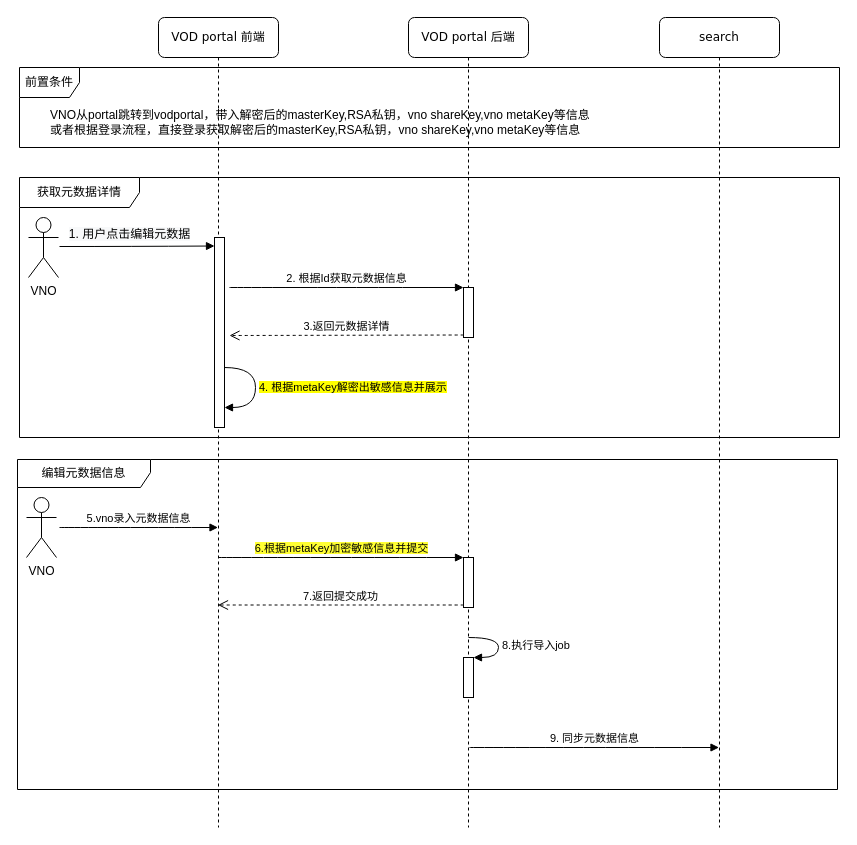
beixiaohai/zerotrust keeps this draw.io diagram as page "1.vod-web编辑" (2 of 5) of 未命名绘图.drawio. Above is the earlier version. Source tidied: cells renumbered, new cells numbered last; positions are measured from the earlier drawing's top-left corner, leaving out a move shared by most shapes. Both pictures are drawn from the tidied source at 100%, with x=0, y=0 at pixel (17, 17).
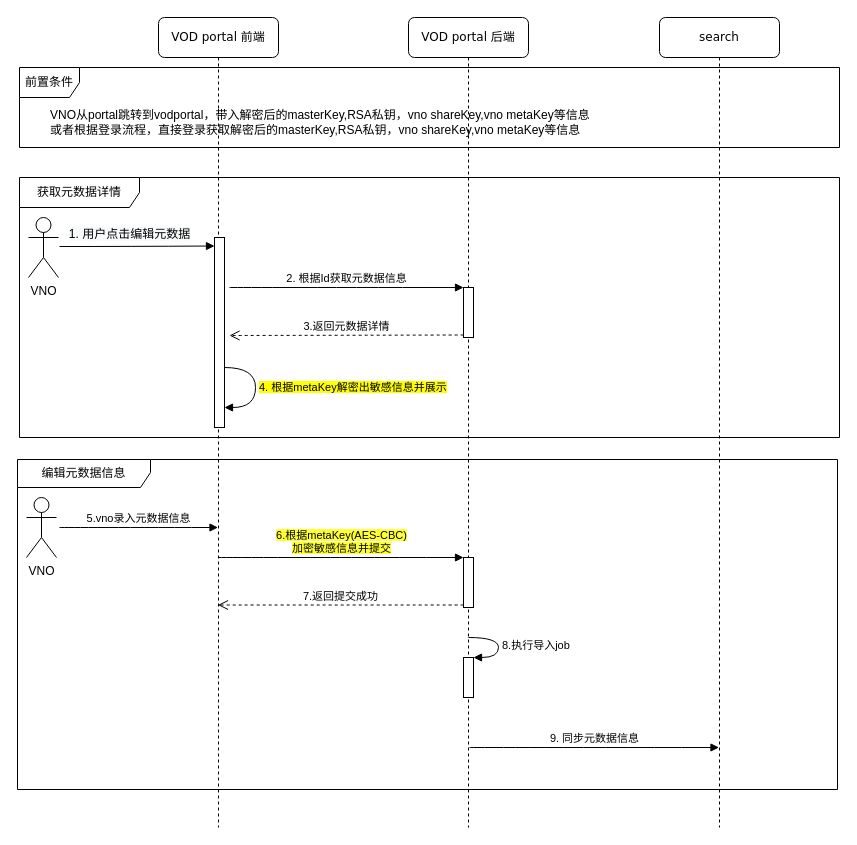
The same diagram, later.

Commit message:
更新未命名绘图.drawio

The change refers to these unchanged cells:
```xml
<mxCell id="4" value="VOD portal 前端" style="shape=umlLifeline;perimeter=lifelinePerimeter;whiteSpace=wrap;html=1;outlineConnect=0;rounded=1;shadow=0;comic=0;labelBackgroundColor=none;strokeWidth=1;fontFamily=Verdana;fontSize=12;align=center;" parent="1" vertex="1">
  <mxGeometry x="141" width="120" height="810" as="geometry" />
</mxCell>
<mxCell id="9" style="html=1;points=[];perimeter=orthogonalPerimeter;" parent="7" vertex="1">
  <mxGeometry x="55" y="540" width="10" height="50" as="geometry" />
</mxCell>
```

Change to the diagram source:
```diff
@@
-    <mxCell id="22" value="&lt;span style=&quot;background-color: rgb(255, 255, 51);&quot;&gt;6.根据metaKey加密敏感信息并提交&lt;/span&gt;" style="html=1;verticalAlign=bottom;endArrow=block;entryX=0;entryY=0;curved=1;" parent="1" edge="1" source="4" target="9">
+    <mxCell id="22" value="&lt;span style=&quot;background-color: rgb(255, 255, 51);&quot;&gt;6.根据metaKey(AES-CBC)&lt;br&gt;加密敏感信息并提交&lt;/span&gt;" style="html=1;verticalAlign=bottom;endArrow=block;entryX=0;entryY=0;curved=1;" parent="1" edge="1" source="4" target="9">
       <mxGeometry relative="1" as="geometry" />
     </mxCell>
```
